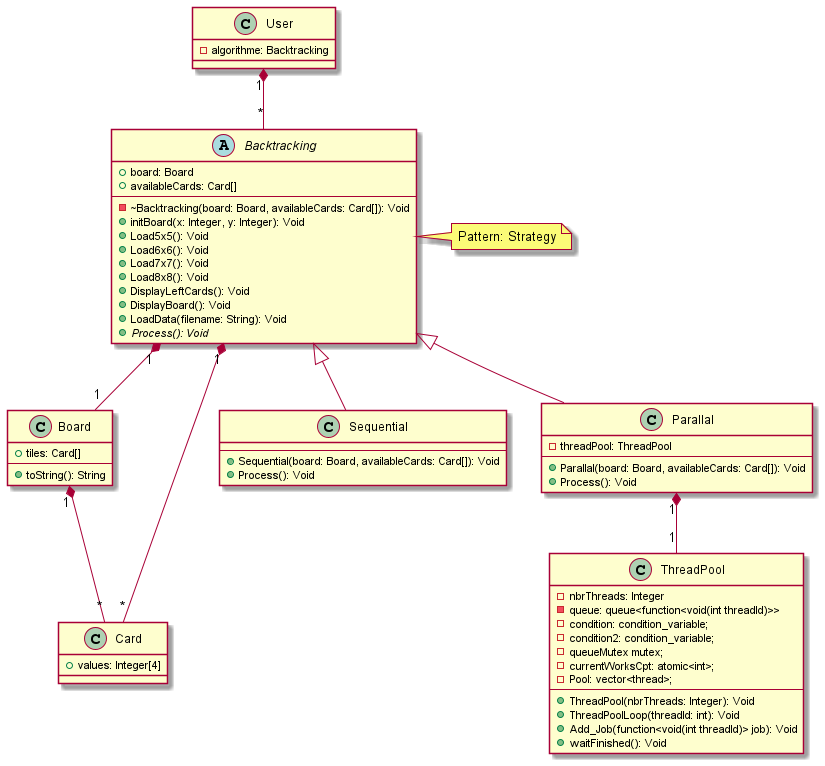
Above: modelisation/Render/Overview.png in qanastek/Concurency-Tetravex (PlantUML), before the change.
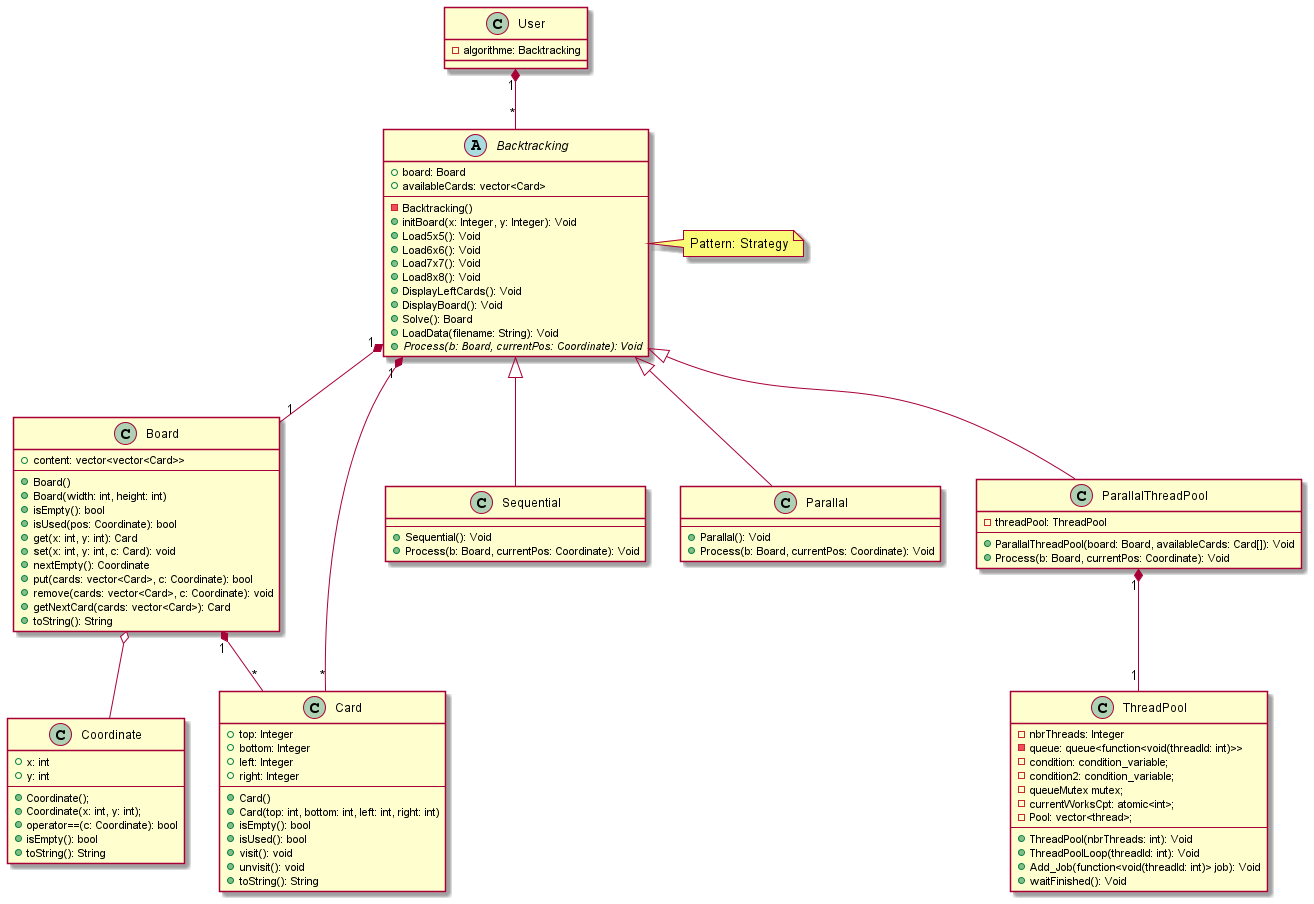
The same file after the commit.

The edit, as a diff of the source:
```diff
@@ -6,21 +6,43 @@
 User "1" *-- "*" Backtracking
 
 class Board {
-    + tiles: Card[]
+    + content: vector<vector<Card>>
     ---
+    + Board()
+    + Board(width: int, height: int)
+    + isEmpty(): bool
+    + isUsed(pos: Coordinate): bool
+    + get(x: int, y: int): Card
+    + set(x: int, y: int, c: Card): void
+    + nextEmpty(): Coordinate
+    + put(cards: vector<Card>, c: Coordinate): bool
+    + remove(cards: vector<Card>, c: Coordinate): void
+    + getNextCard(cards: vector<Card>): Card
     + toString(): String
 }
+Board o-- Coordinate
 Board "1" *-- "*" Card
 
 class Card {
-    + values: Integer[4]
+    + top: Integer
+    + bottom: Integer
+    + left: Integer
+    + right: Integer
+    ---
+    + Card()
+    + Card(top: int, bottom: int, left: int, right: int)
+    + isEmpty(): bool
+    + isUsed(): bool
+    + visit(): void
+    + unvisit(): void
+    + toString(): String
 }
 
 abstract class Backtracking {
     + board: Board
-    + availableCards: Card[]
+    + availableCards: vector<Card>
     ---
-    - ~Backtracking(board: Board, availableCards: Card[]): Void
+    - Backtracking()
     + initBoard(x: Integer, y: Integer): Void
     + Load5x5(): Void
     + Load6x6(): Void
@@ -28,8 +50,9 @@
     + Load8x8(): Void
     + DisplayLeftCards(): Void
     + DisplayBoard(): Void
+    + Solve(): Board
     + LoadData(filename: String): Void
-    + {abstract} Process(): Void
+    + {abstract} Process(b: Board, currentPos: Coordinate): Void
 }
 note right of Backtracking
 Pattern: Strategy
@@ -39,31 +62,48 @@
 
 class Sequential extends Backtracking {
     ---
-    + Sequential(board: Board, availableCards: Card[]): Void
-    + Process(): Void
+    + Sequential(): Void
+    + Process(b: Board, currentPos: Coordinate): Void
 }
 
 class Parallal extends Backtracking {
+    ---
+    + Parallal(): Void
+    + Process(b: Board, currentPos: Coordinate): Void
+}
+
+class ParallalThreadPool extends Backtracking {
     - threadPool: ThreadPool
     ---
-    + Parallal(board: Board, availableCards: Card[]): Void
-    + Process(): Void
+    + ParallalThreadPool(board: Board, availableCards: Card[]): Void
+    + Process(b: Board, currentPos: Coordinate): Void
 }
 
 class ThreadPool {
     - nbrThreads: Integer
-    - queue: queue<function<void(int threadId)>>
+    - queue: queue<function<void(threadId: int)>>
     - condition: condition_variable;
     - condition2: condition_variable;
     - queueMutex mutex;
     - currentWorksCpt: atomic<int>;
     - Pool: vector<thread>;
     ---
-    + ThreadPool(nbrThreads: Integer): Void
+    + ThreadPool(nbrThreads: int): Void
     + ThreadPoolLoop(threadId: int): Void
-    + Add_Job(function<void(int threadId)> job): Void
+    + Add_Job(function<void(threadId: int)> job): Void
     + waitFinished(): Void
 }
-Parallal "1" *-- "1" ThreadPool
+ParallalThreadPool "1" *-- "1" ThreadPool
+
+class Coordinate {
+    + x: int
+    + y: int
+    ---
+    + Coordinate();
+    + Coordinate(x: int, y: int);
+    + operator==(c: Coordinate): bool
+    + isEmpty(): bool
+    + toString(): String
+}
 
 @enduml
```
